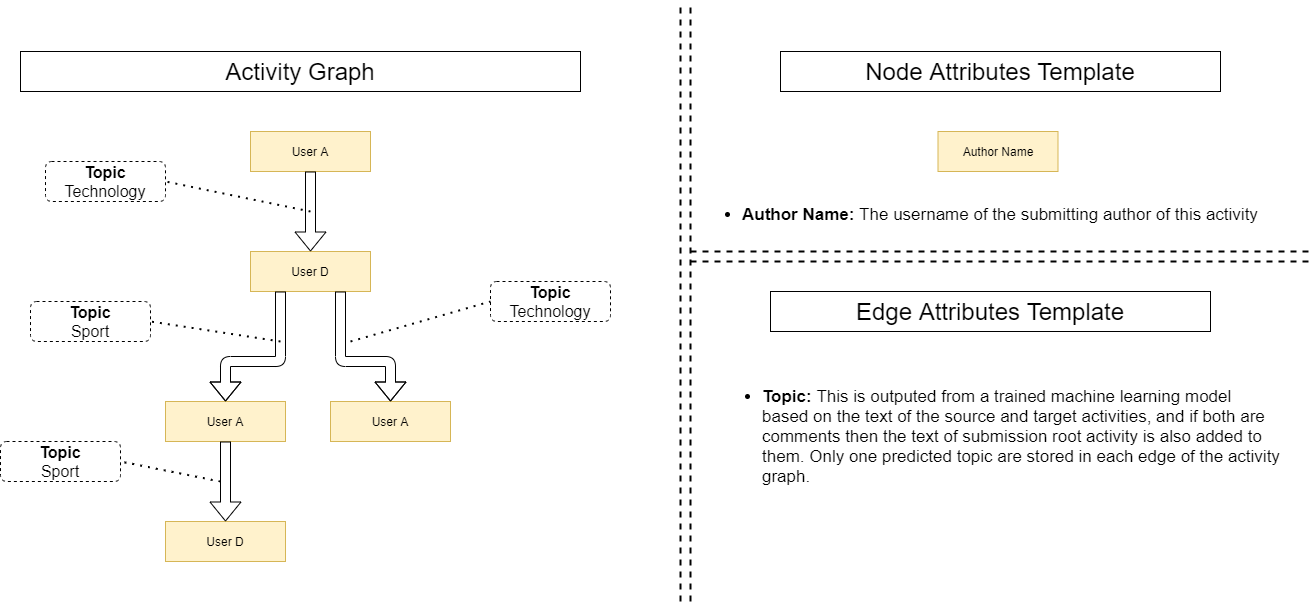
The draw.io diagram docs/figures/figures/one_submission_example_detecting_topics/Activity_Graph_one_submission.png in MohammedGuniem/social-media-influence-analyzer, before a commit. Source tidied: cells renumbered, new cells last; positions are measured from the earlier drawing's top-left corner, leaving out a move shared by most shapes.
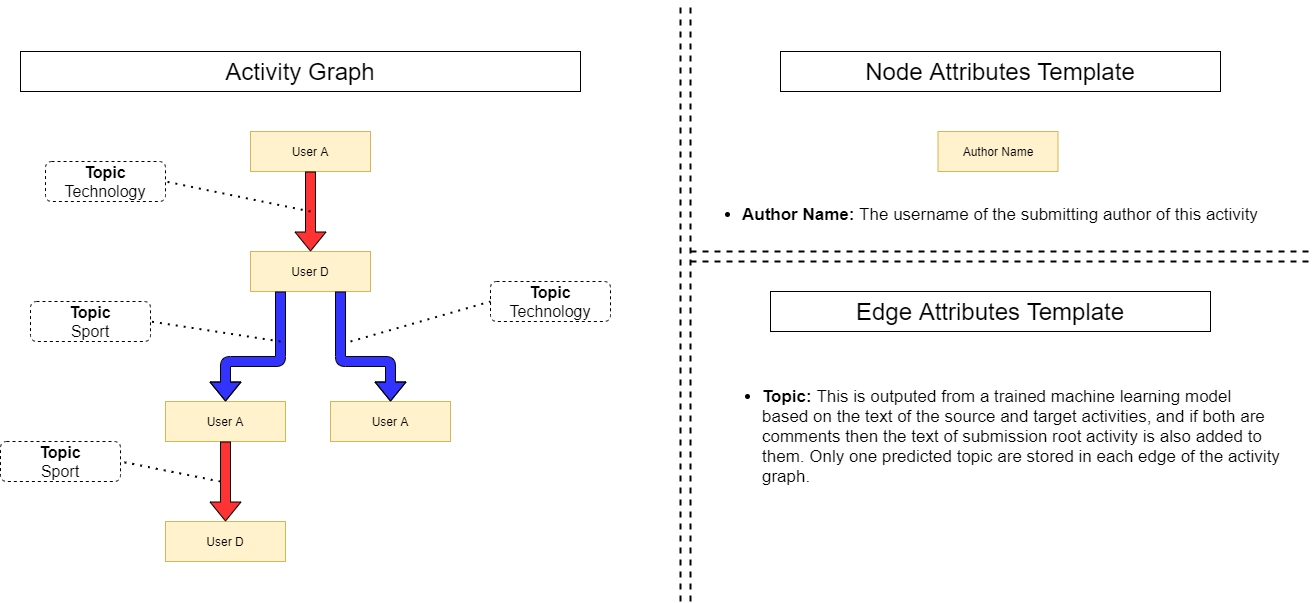
Above is the later version.

What changed in the source:
```diff
@@ -20,10 +20,10 @@
     <mxCell id="7" value="User D" style="rounded=0;whiteSpace=wrap;html=1;fillColor=#fff2cc;strokeColor=#d6b656;" parent="1" vertex="1">
       <mxGeometry x="165" y="520" width="120" height="40" as="geometry" />
     </mxCell>
-    <mxCell id="8" style="shape=flexArrow;endArrow=classic;html=1;exitX=0.5;exitY=1;exitDx=0;exitDy=0;entryX=0.5;entryY=0;entryDx=0;entryDy=0;" parent="1" edge="1" source="3" target="4">
+    <mxCell id="8" style="shape=flexArrow;endArrow=classic;html=1;exitX=0.5;exitY=1;exitDx=0;exitDy=0;entryX=0.5;entryY=0;entryDx=0;entryDy=0;fillColor=#FF3333;" parent="1" edge="1" source="3" target="4">
       <mxGeometry relative="1" as="geometry" />
     </mxCell>
-    <mxCell id="9" style="shape=flexArrow;endArrow=classic;html=1;exitX=0.25;exitY=1;exitDx=0;exitDy=0;entryX=0.5;entryY=0;entryDx=0;entryDy=0;" parent="1" edge="1" source="4" target="6">
+    <mxCell id="9" style="shape=flexArrow;endArrow=classic;html=1;exitX=0.25;exitY=1;exitDx=0;exitDy=0;entryX=0.5;entryY=0;entryDx=0;entryDy=0;fillColor=#3333FF;" parent="1" edge="1" source="4" target="6">
       <mxGeometry relative="1" as="geometry">
         <Array as="points">
           <mxPoint x="280" y="360" />
@@ -31,7 +31,7 @@
         </Array>
       </mxGeometry>
     </mxCell>
-    <mxCell id="10" style="shape=flexArrow;endArrow=classic;html=1;exitX=0.75;exitY=1;exitDx=0;exitDy=0;entryX=0.5;entryY=0;entryDx=0;entryDy=0;" parent="1" edge="1" source="4" target="5">
+    <mxCell id="10" style="shape=flexArrow;endArrow=classic;html=1;exitX=0.75;exitY=1;exitDx=0;exitDy=0;entryX=0.5;entryY=0;entryDx=0;entryDy=0;fillColor=#3333FF;" parent="1" edge="1" source="4" target="5">
       <mxGeometry relative="1" as="geometry">
         <Array as="points">
           <mxPoint x="340" y="360" />
@@ -39,7 +39,7 @@
         </Array>
       </mxGeometry>
     </mxCell>
-    <mxCell id="11" style="shape=flexArrow;endArrow=classic;html=1;exitX=0.5;exitY=1;exitDx=0;exitDy=0;entryX=0.5;entryY=0;entryDx=0;entryDy=0;" parent="1" edge="1" source="6" target="7">
+    <mxCell id="11" style="shape=flexArrow;endArrow=classic;html=1;exitX=0.5;exitY=1;exitDx=0;exitDy=0;entryX=0.5;entryY=0;entryDx=0;entryDy=0;fillColor=#FF3333;" parent="1" edge="1" source="6" target="7">
       <mxGeometry relative="1" as="geometry" />
     </mxCell>
     <mxCell id="12" style="endArrow=none;dashed=1;html=1;strokeWidth=2;" parent="1" edge="1">
```
